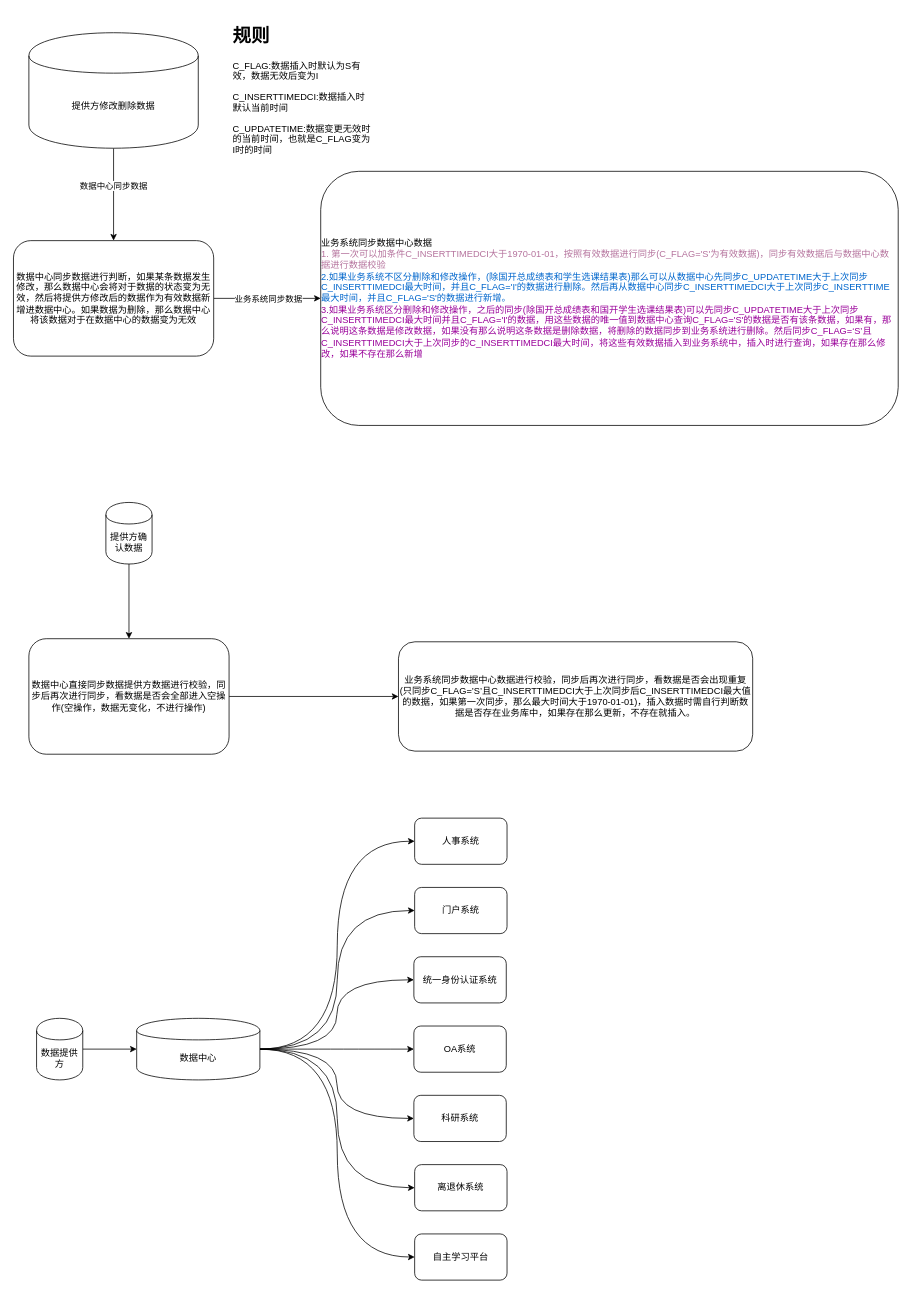
This is 未命名绘图.drawio from BIgConfused/draw_img, a draw.io file, before an edit. Source tidied: cells renumbered, new cells numbered last; positions are measured from the earlier drawing's top-left corner, leaving out a move shared by most shapes. Both pictures are drawn from the tidied source at 77%, with x=0, y=0 at pixel (13, 21).
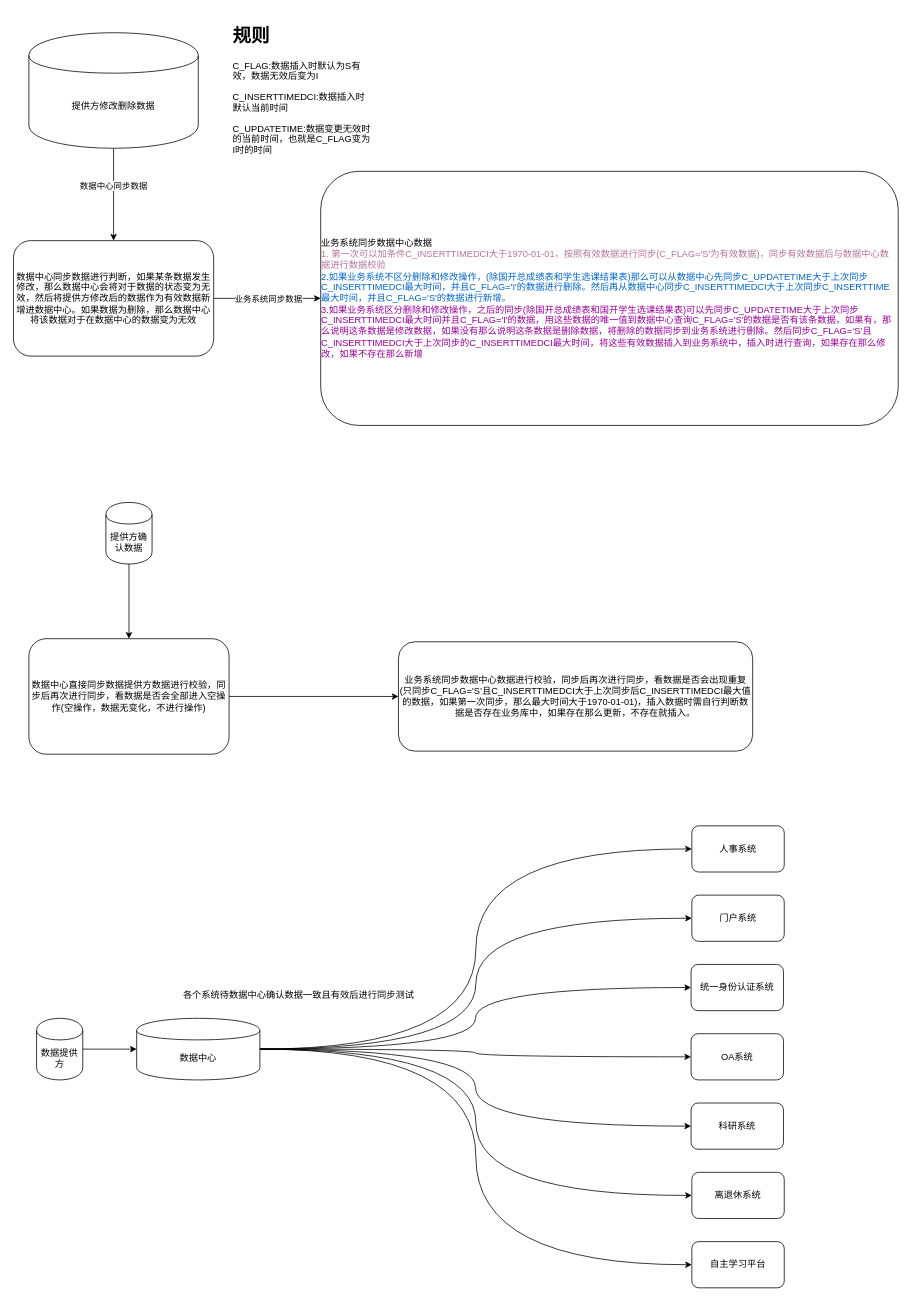
The same page after the edit.

Commit message:
更新未命名绘图.drawio

The edit, as a diff of the source:
```diff
@@
     <mxCell id="25" style="group;" parent="1" vertex="1">
-      <mxGeometry x="520" y="1035" width="121" height="600" as="geometry" />
+      <mxGeometry x="880" y="1045" width="121" height="600" as="geometry" />
     </mxCell>
@@
+    <mxCell id="35" value="各个系统待数据中心确认数据一致且有效后进行同步测试" style="text;html=1;align=center;verticalAlign=middle;" parent="1" vertex="1">
+      <mxGeometry x="210" y="1255" width="320" height="20" as="geometry" />
+    </mxCell>
```
